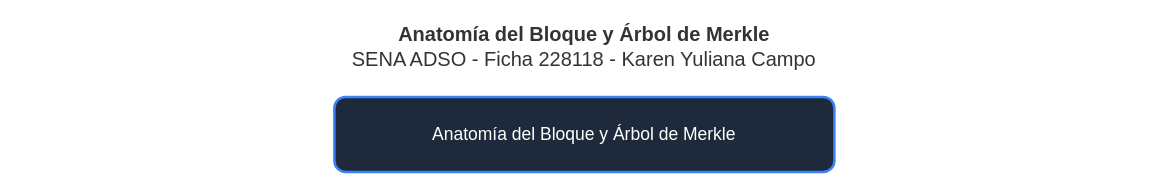
Before: PET-030_GA8-220501096-AA2-EV05_Texto_Argumentativo_Blockchain/diagramas/anatomia_bloque_encadenamiento_merkle.drawio in kyulianacampogutierrez-ux/Evidencias, a draw.io diagram. Source tidied: cells renumbered, new cells numbered last; positions are measured from the earlier drawing's top-left corner, leaving out a move shared by most shapes. Both pictures are drawn from the tidied source at 125%, with x=0, y=0 at pixel (21, 21).
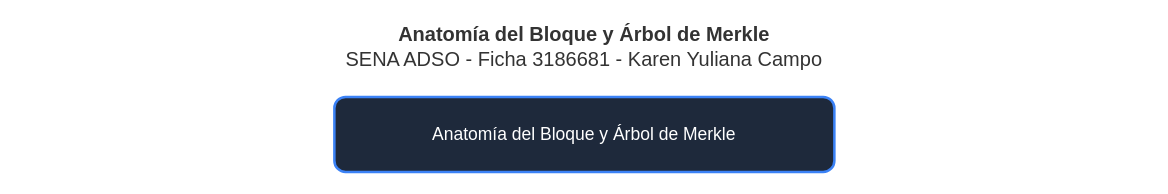
The same diagram, later.

What changed in the source:
```diff
@@
 <mxGraphModel>
   <root>
     <mxCell id="0" />
     <mxCell id="1" parent="0" />
-    <mxCell id="2" value="&lt;b&gt;Anatomía del Bloque y Árbol de Merkle&lt;/b&gt;&lt;br&gt;SENA ADSO - Ficha 228118 - Karen Yuliana Campo" style="text;html=1;strokeColor=none;fillColor=none;align=center;verticalAlign=middle;whiteSpace=wrap;rounded=0;fontSize=16;fontColor=#333333;" parent="1" vertex="1">
+    <mxCell id="2" value="&lt;b&gt;Anatomía del Bloque y Árbol de Merkle&lt;/b&gt;&lt;br&gt;SENA ADSO - Ficha 3186681 - Karen Yuliana Campo" style="text;html=1;strokeColor=none;fillColor=none;align=center;verticalAlign=middle;whiteSpace=wrap;rounded=0;fontSize=16;fontColor=#333333;" parent="1" vertex="1">
       <mxGeometry width="900" height="40" as="geometry" />
     </mxCell>
     <mxCell id="3" value="Anatomía del Bloque y Árbol de Merkle" style="rounded=1;whiteSpace=wrap;html=1;fillColor=#1e293b;strokeColor=#3b82f6;strokeWidth=2;fontColor=#ffffff;fontSize=14;" parent="1" vertex="1">
       <mxGeometry x="250" y="60" width="400" height="60" as="geometry" />
     </mxCell>
   </root>
 </mxGraphModel>
```
